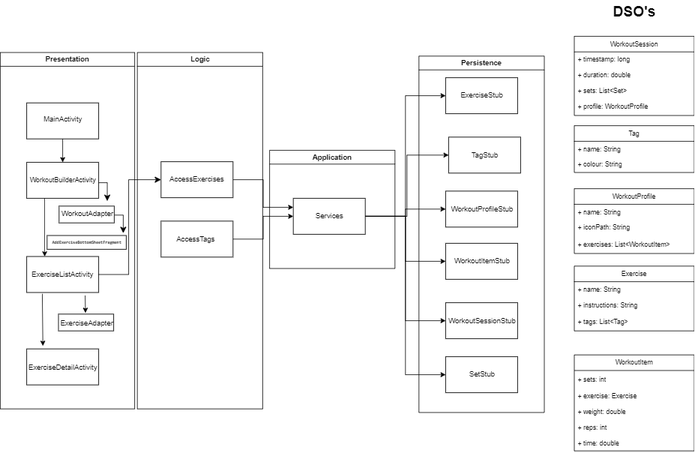
This is ArchitectureDiagram.drawio.png from RamatjyotSingh/GymBuddyApp, a draw.io export, as it was before one commit. Source tidied: cells renumbered, new cells last; positions are measured from the earlier drawing's top-left corner, leaving out a move shared by most shapes.
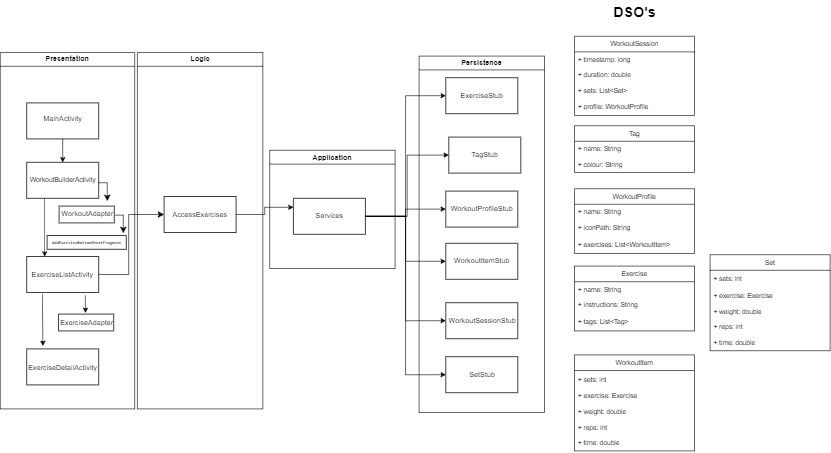
After the commit.

What changed in the source:
```diff
@@ -18,17 +18,8 @@
       <mxGeometry relative="1" as="geometry" />
     </mxCell>
     <mxCell id="7" value="AccessExercises" style="rounded=0;whiteSpace=wrap;html=1;" parent="1" vertex="1">
-      <mxGeometry x="268" y="269" width="120" height="60" as="geometry" />
+      <mxGeometry x="273" y="327" width="120" height="60" as="geometry" />
     </mxCell>
-    <mxCell id="8" style="edgeStyle=orthogonalEdgeStyle;rounded=0;jettySize=auto;html=1;" parent="1" edge="1" source="9" target="65">
-      <mxGeometry relative="1" as="geometry" />
-    </mxCell>
-    <mxCell id="9" style="rounded=0;whiteSpace=wrap;html=1;align=center;" parent="1" vertex="1">
-      <mxGeometry x="268" y="368" width="120" height="60" as="geometry" />
-    </mxCell>
-    <mxCell id="10" value="AccessTags" style="text;html=1;align=center;verticalAlign=middle;whiteSpace=wrap;rounded=0;" parent="1" vertex="1">
-      <mxGeometry x="296" y="383" width="60" height="30" as="geometry" />
-    </mxCell>
     <mxCell id="11" value="MainActivity" style="text;html=1;align=center;verticalAlign=middle;strokeColor=none;fillColor=none;" parent="1" vertex="1">
       <mxGeometry x="59" y="183" width="90" height="30" as="geometry" />
     </mxCell>
@@ -164,42 +155,30 @@
     <mxCell id="51" value="Persistence" style="swimlane;whiteSpace=wrap;html=1;" parent="1" vertex="1">
       <mxGeometry x="698" y="93" width="209" height="594" as="geometry" />
     </mxCell>
-    <mxCell id="52" style="rounded=0;whiteSpace=wrap;html=1;" parent="51" vertex="1">
+    <mxCell id="52" value="ExerciseStub" style="rounded=0;whiteSpace=wrap;html=1;" parent="51" vertex="1">
       <mxGeometry x="44.5" y="36" width="120" height="60" as="geometry" />
     </mxCell>
     <mxCell id="53" style="rounded=0;whiteSpace=wrap;html=1;" parent="51" vertex="1">
       <mxGeometry x="44.5" y="411" width="120" height="60" as="geometry" />
     </mxCell>
-    <mxCell id="54" style="rounded=0;whiteSpace=wrap;html=1;" parent="51" vertex="1">
+    <mxCell id="54" value="&lt;span style=&quot;text-wrap-mode: nowrap;&quot;&gt;WorkoutItemStub&lt;/span&gt;" style="rounded=0;whiteSpace=wrap;html=1;" parent="51" vertex="1">
       <mxGeometry x="44.5" y="312" width="120" height="60" as="geometry" />
     </mxCell>
     <mxCell id="55" style="rounded=0;whiteSpace=wrap;html=1;" parent="51" vertex="1">
       <mxGeometry x="44.5" y="501" width="120" height="60" as="geometry" />
     </mxCell>
-    <mxCell id="56" style="rounded=0;whiteSpace=wrap;html=1;" parent="51" vertex="1">
+    <mxCell id="56" value="&lt;span style=&quot;text-wrap-mode: nowrap;&quot;&gt;WorkoutProfileStub&lt;/span&gt;" style="rounded=0;whiteSpace=wrap;html=1;" parent="51" vertex="1">
       <mxGeometry x="44.5" y="225" width="120" height="60" as="geometry" />
     </mxCell>
-    <mxCell id="57" style="rounded=0;whiteSpace=wrap;html=1;" parent="51" vertex="1">
+    <mxCell id="57" value="TagStub" style="rounded=0;whiteSpace=wrap;html=1;" parent="51" vertex="1">
       <mxGeometry x="49.5" y="135" width="120" height="60" as="geometry" />
     </mxCell>
-    <mxCell id="58" value="ExerciseStub" style="text;html=1;align=center;verticalAlign=middle;whiteSpace=wrap;rounded=0;" parent="51" vertex="1">
-      <mxGeometry x="74.5" y="51" width="60" height="30" as="geometry" />
-    </mxCell>
     <mxCell id="59" value="WorkoutSessionStub" style="text;html=1;align=center;verticalAlign=middle;strokeColor=none;fillColor=none;" parent="51" vertex="1">
       <mxGeometry x="34.5" y="427" width="140" height="30" as="geometry" />
     </mxCell>
-    <mxCell id="60" value="WorkoutProfileStub" style="text;html=1;align=center;verticalAlign=middle;strokeColor=none;fillColor=none;" parent="51" vertex="1">
-      <mxGeometry x="39.5" y="241" width="130" height="30" as="geometry" />
-    </mxCell>
     <mxCell id="61" value="SetStub" style="text;html=1;align=center;verticalAlign=middle;strokeColor=none;fillColor=none;" parent="51" vertex="1">
       <mxGeometry x="69.5" y="516" width="70" height="30" as="geometry" />
     </mxCell>
-    <mxCell id="62" value="WorkoutItemStub" style="text;html=1;align=center;verticalAlign=middle;strokeColor=none;fillColor=none;" parent="51" vertex="1">
-      <mxGeometry x="44.5" y="327" width="120" height="30" as="geometry" />
-    </mxCell>
-    <mxCell id="63" value="TagStub" style="text;html=1;align=center;verticalAlign=middle;whiteSpace=wrap;rounded=0;" parent="51" vertex="1">
-      <mxGeometry x="79.5" y="150" width="60" height="30" as="geometry" />
-    </mxCell>
     <mxCell id="64" value="Application" style="swimlane;whiteSpace=wrap;html=1;" parent="1" vertex="1">
       <mxGeometry x="449" y="250" width="209" height="197" as="geometry" />
     </mxCell>
@@ -230,5 +209,23 @@
         <mxPoint x="205" y="388" as="targetPoint" />
       </mxGeometry>
     </mxCell>
+    <mxCell id="73" value="Set" style="swimlane;fontStyle=0;horizontal=1;startSize=26;fillColor=none;whiteSpace=wrap;html=1;fontSize=11;" parent="1" vertex="1">
+      <mxGeometry x="1183" y="424" width="200" height="160" as="geometry" />
+    </mxCell>
+    <mxCell id="74" value="+ sets: int" style="text;strokeColor=none;fillColor=none;align=left;verticalAlign=middle;spacingLeft=4;spacingRight=4;overflow=hidden;whiteSpace=wrap;html=1;fontFamily=Helvetica;fontSize=11;fontColor=default;labelBackgroundColor=default;" parent="73" vertex="1">
+      <mxGeometry y="26" width="200" height="30" as="geometry" />
+    </mxCell>
+    <mxCell id="75" value="+ exercise: Exercise" style="text;strokeColor=none;fillColor=none;align=left;verticalAlign=top;spacingLeft=4;spacingRight=4;overflow=hidden;whiteSpace=wrap;html=1;fontFamily=Helvetica;fontSize=11;fontColor=default;labelBackgroundColor=default;" parent="73" vertex="1">
+      <mxGeometry y="56" width="200" height="26" as="geometry" />
+    </mxCell>
+    <mxCell id="76" value="+ weight: double" style="text;strokeColor=none;fillColor=none;align=left;verticalAlign=top;spacingLeft=4;spacingRight=4;overflow=hidden;whiteSpace=wrap;html=1;fontFamily=Helvetica;fontSize=11;fontColor=default;labelBackgroundColor=default;" parent="73" vertex="1">
+      <mxGeometry y="82" width="200" height="26" as="geometry" />
+    </mxCell>
+    <mxCell id="77" value="+ reps: int" style="text;strokeColor=none;fillColor=none;align=left;verticalAlign=top;spacingLeft=4;spacingRight=4;overflow=hidden;whiteSpace=wrap;html=1;fontFamily=Helvetica;fontSize=11;fontColor=default;labelBackgroundColor=default;" parent="73" vertex="1">
+      <mxGeometry y="108" width="200" height="26" as="geometry" />
+    </mxCell>
+    <mxCell id="78" value="+ time: d&lt;span style=&quot;background-color: light-dark(#ffffff, var(--ge-dark-color, #121212)); color: light-dark(rgb(0, 0, 0), rgb(255, 255, 255));&quot;&gt;ouble&lt;/span&gt;" style="text;strokeColor=none;fillColor=none;align=left;verticalAlign=top;spacingLeft=4;spacingRight=4;overflow=hidden;whiteSpace=wrap;html=1;fontFamily=Helvetica;fontSize=11;fontColor=default;labelBackgroundColor=default;" parent="73" vertex="1">
+      <mxGeometry y="134" width="200" height="26" as="geometry" />
+    </mxCell>
   </root>
 </mxGraphModel>
```
